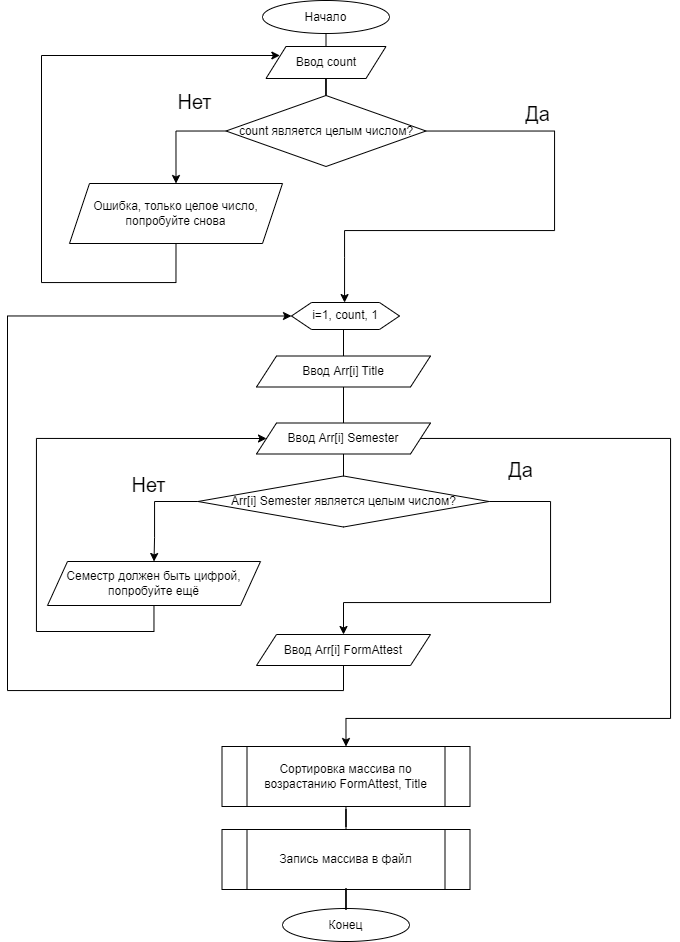
This is doc/Алгоритм.png from JAMshyt/Scherbakov, a draw.io export, as it was before one commit. Source tidied: cells renumbered, new cells last; positions are measured from the earlier drawing's top-left corner, leaving out a move shared by most shapes.
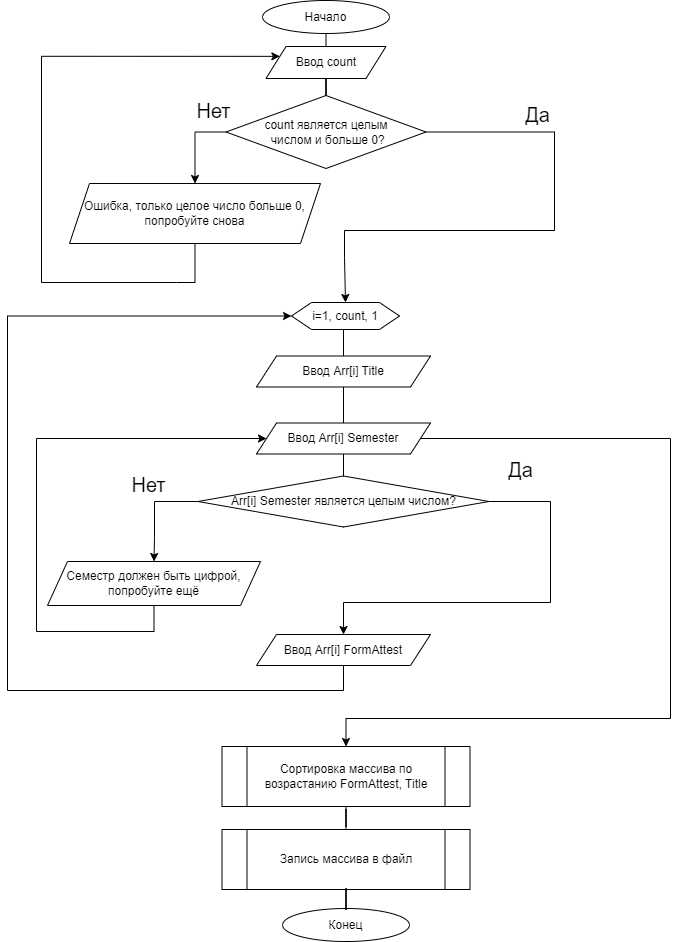
After the commit.

Change to the diagram source:
```diff
@@ -38,8 +38,8 @@
         <mxPoint x="15" y="-33" as="offset" />
       </mxGeometry>
     </mxCell>
-    <mxCell id="10" value="count является целым числом?" style="rhombus;whiteSpace=wrap;html=1;" parent="1" vertex="1">
-      <mxGeometry x="218.5" y="95" width="200" height="71" as="geometry" />
+    <mxCell id="10" value="count является целым&lt;div&gt;&amp;nbsp;числом и больше 0?&lt;/div&gt;" style="rhombus;whiteSpace=wrap;html=1;" parent="1" vertex="1">
+      <mxGeometry x="218.5" y="95" width="200" height="73" as="geometry" />
     </mxCell>
     <mxCell id="11" style="edgeStyle=orthogonalEdgeStyle;rounded=0;jettySize=auto;html=1;exitX=0.5;exitY=1;exitDx=0;exitDy=0;entryX=0;entryY=0.25;entryDx=0;entryDy=0;" parent="1" edge="1" source="12" target="5">
       <mxGeometry relative="1" as="geometry">
@@ -51,8 +51,8 @@
         </Array>
       </mxGeometry>
     </mxCell>
-    <mxCell id="12" value="Ошибка, только целое число, попробуйте снова" style="shape=parallelogram;perimeter=parallelogramPerimeter;whiteSpace=wrap;html=1;fixedSize=1;" parent="1" vertex="1">
-      <mxGeometry x="62" y="183" width="213" height="60" as="geometry" />
+    <mxCell id="12" value="Ошибка, только целое число больше 0, попробуйте снова" style="shape=parallelogram;perimeter=parallelogramPerimeter;whiteSpace=wrap;html=1;fixedSize=1;" parent="1" vertex="1">
+      <mxGeometry x="62" y="183" width="251" height="60" as="geometry" />
     </mxCell>
     <mxCell id="13" style="edgeStyle=orthogonalEdgeStyle;rounded=0;jettySize=auto;html=1;entryX=0.5;entryY=0;entryDx=0;entryDy=0;endArrow=none;endFill=0;exitX=0.5;exitY=1;exitDx=0;exitDy=0;" parent="1" edge="1" source="2" target="5">
       <mxGeometry relative="1" as="geometry" />
```
